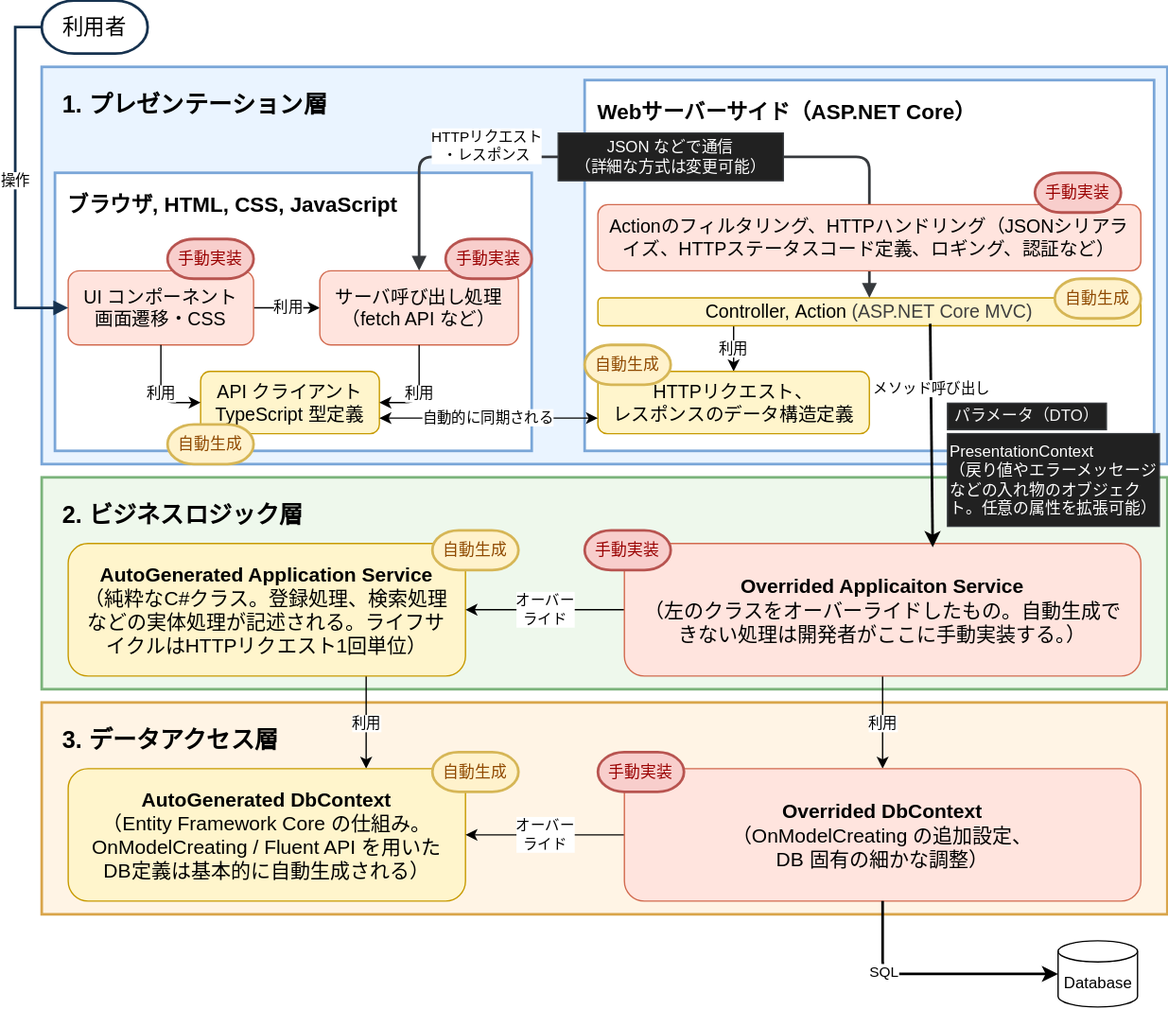
halllky/NijoAppScaffold keeps this draw.io diagram as Document/static/img/architecture-overview.drawio.svg. Above is the earlier version. Source tidied: cells renumbered, new cells last; positions are measured from the earlier drawing's top-left corner, leaving out a move shared by most shapes. Source of this version:
```xml
<mxGraphModel>
  <root>
    <mxCell id="0" />
    <mxCell id="1" parent="0" />
    <mxCell id="2" value="1. プレゼンテーション層" style="rounded=1;whiteSpace=wrap;html=1;fontStyle=1;fontSize=18;align=left;verticalAlign=top;spacingTop=12;spacingLeft=14;fillColor=#eaf4ff;strokeColor=#7aa6d8;strokeWidth=2;arcSize=0;" parent="1" vertex="1">
      <mxGeometry y="50" width="850" height="300" as="geometry" />
    </mxCell>
    <mxCell id="3" value="3. データアクセス層" style="rounded=0;whiteSpace=wrap;html=1;fontStyle=1;fontSize=18;align=left;verticalAlign=top;spacingTop=12;spacingLeft=14;fillColor=#fff4e5;strokeColor=#d9a54a;strokeWidth=2;" parent="1" vertex="1">
      <mxGeometry y="530" width="850" height="160" as="geometry" />
    </mxCell>
    <mxCell id="4" value="利用者" style="shape=mxgraph.flowchart.terminator;whiteSpace=wrap;html=1;fontSize=16;fillColor=#ffffff;strokeColor=#16324f;strokeWidth=2;" parent="1" vertex="1">
      <mxGeometry width="80" height="40" as="geometry" />
    </mxCell>
    <mxCell id="5" value="ブラウザ, HTML, CSS, JavaScript" style="rounded=1;whiteSpace=wrap;html=1;fontStyle=1;fontSize=16;fillColor=#ffffff;strokeColor=#7aa6d8;strokeWidth=2;spacing=10;align=left;verticalAlign=top;arcSize=0;" parent="1" vertex="1">
      <mxGeometry x="10" y="130" width="360" height="210" as="geometry" />
    </mxCell>
    <mxCell id="6" value="API クライアント&lt;br&gt;TypeScript 型定義" style="rounded=1;whiteSpace=wrap;html=1;fontSize=14;fillColor=#fff5cc;strokeColor=#c79a00;spacing=10;" parent="1" vertex="1">
      <mxGeometry x="120" y="280" width="135" height="47" as="geometry" />
    </mxCell>
    <mxCell id="7" value="利用" style="edgeStyle=none;html=1;exitX=1;exitY=0.5;exitDx=0;exitDy=0;entryX=0;entryY=0.5;entryDx=0;entryDy=0;" parent="1" edge="1" source="8" target="25">
      <mxGeometry relative="1" as="geometry" />
    </mxCell>
    <mxCell id="8" value="UI コンポーネント&lt;br&gt;画面遷移・CSS" style="rounded=1;whiteSpace=wrap;html=1;fontSize=14;fillColor=#ffe4de;strokeColor=#d26a4f;spacing=10;" parent="1" vertex="1">
      <mxGeometry x="20" y="204" width="140" height="56" as="geometry" />
    </mxCell>
    <mxCell id="9" value="Webサーバーサイド（ASP.NET Core）" style="rounded=1;whiteSpace=wrap;html=1;fontStyle=1;fontSize=16;fillColor=#ffffff;strokeColor=#7aa6d8;strokeWidth=2;spacing=10;align=left;verticalAlign=top;arcSize=0;" parent="1" vertex="1">
      <mxGeometry x="410" y="60" width="430" height="280" as="geometry" />
    </mxCell>
    <mxCell id="10" value="利用" style="edgeStyle=none;html=1;exitX=0.25;exitY=1;exitDx=0;exitDy=0;entryX=0.5;entryY=0;entryDx=0;entryDy=0;" parent="1" edge="1" source="11" target="28">
      <mxGeometry relative="1" as="geometry" />
    </mxCell>
    <mxCell id="11" value="&lt;div&gt;&lt;span style=&quot;background-color: transparent;&quot;&gt;Controller,&amp;nbsp;&lt;/span&gt;&lt;span style=&quot;background-color: transparent;&quot;&gt;Action&amp;nbsp;&lt;/span&gt;&lt;span style=&quot;background-color: transparent; color: rgb(63, 63, 63);&quot;&gt;(ASP.NET Core MVC)&lt;/span&gt;&lt;/div&gt;" style="rounded=1;whiteSpace=wrap;html=1;fontSize=14;fillColor=#fff5cc;strokeColor=#c79a00;spacing=10;" parent="1" vertex="1">
      <mxGeometry x="420" y="224.5" width="410" height="21" as="geometry" />
    </mxCell>
    <mxCell id="12" value="2. ビジネスロジック層" style="rounded=0;whiteSpace=wrap;html=1;fontStyle=1;fontSize=18;align=left;verticalAlign=top;spacingTop=12;spacingLeft=14;fillColor=#eef8ec;strokeColor=#7bb37b;strokeWidth=2;" parent="1" vertex="1">
      <mxGeometry y="360" width="850" height="160" as="geometry" />
    </mxCell>
    <mxCell id="13" value="利用" style="edgeStyle=none;html=1;exitX=0.75;exitY=1;exitDx=0;exitDy=0;entryX=0.75;entryY=0;entryDx=0;entryDy=0;" parent="1" edge="1" source="14" target="18">
      <mxGeometry relative="1" as="geometry" />
    </mxCell>
    <mxCell id="14" value="&lt;b&gt;AutoGenerated Application Service&lt;/b&gt;&lt;br&gt;（純粋なC#クラス。登録処理、検索処理などの実体処理が記述される。ライフサイクルはHTTPリクエスト1回単位）" style="rounded=1;whiteSpace=wrap;html=1;fontSize=15;fillColor=#fff5cc;strokeColor=#c79a00;spacing=10;fontColor=default;" parent="1" vertex="1">
      <mxGeometry x="20" y="410" width="300" height="100" as="geometry" />
    </mxCell>
    <mxCell id="15" value="オーバー&lt;div&gt;ライド&lt;/div&gt;" style="edgeStyle=none;html=1;" parent="1" edge="1" source="17" target="14">
      <mxGeometry relative="1" as="geometry" />
    </mxCell>
    <mxCell id="16" value="利用" style="edgeStyle=none;html=1;" parent="1" edge="1" source="17" target="20">
      <mxGeometry relative="1" as="geometry" />
    </mxCell>
    <mxCell id="17" value="&lt;b&gt;Overrided Applicaiton Service&lt;/b&gt;&lt;div&gt;（左のクラスをオーバーライドしたもの。自動生成できない処理は開発者がここに手動実装する。）&lt;/div&gt;" style="rounded=1;whiteSpace=wrap;html=1;fontSize=15;fillColor=#ffe4de;strokeColor=#d26a4f;spacing=10;" parent="1" vertex="1">
      <mxGeometry x="440" y="410" width="390" height="100" as="geometry" />
    </mxCell>
    <mxCell id="18" value="&lt;b&gt;AutoGenerated DbContext&lt;/b&gt;&lt;div&gt;（Entity Framework Core の仕組み。&lt;/div&gt;&lt;div&gt;OnModelCreating / Fluent API を用いた&lt;/div&gt;&lt;div&gt;DB定義は基本的に自動生成される）&lt;/div&gt;" style="rounded=1;whiteSpace=wrap;html=1;fontSize=15;fillColor=#fff5cc;strokeColor=#c79a00;spacing=10;fontColor=default;" parent="1" vertex="1">
      <mxGeometry x="20" y="580" width="300" height="100" as="geometry" />
    </mxCell>
    <mxCell id="19" value="オーバー&lt;div&gt;ライド&lt;/div&gt;" style="edgeStyle=none;html=1;" parent="1" edge="1" source="20" target="18">
      <mxGeometry relative="1" as="geometry" />
    </mxCell>
    <mxCell id="20" value="&lt;div&gt;&lt;b&gt;Overrided DbContext&lt;/b&gt;&lt;/div&gt;（OnModelCreating の追加設定、&lt;br&gt;DB 固有の細かな調整）" style="rounded=1;whiteSpace=wrap;html=1;fontSize=15;fillColor=#ffe4de;strokeColor=#d26a4f;spacing=10;" parent="1" vertex="1">
      <mxGeometry x="440" y="580" width="390" height="100" as="geometry" />
    </mxCell>
    <mxCell id="21" value="操作" style="edgeStyle=orthogonalEdgeStyle;rounded=0;jettySize=auto;html=1;strokeWidth=2;strokeColor=#16324f;endArrow=block;endFill=1;entryX=0;entryY=0.5;entryDx=0;entryDy=0;exitX=0;exitY=0.5;exitDx=0;exitDy=0;exitPerimeter=0;" parent="1" edge="1" source="4" target="8">
      <mxGeometry relative="1" as="geometry" />
    </mxCell>
    <mxCell id="22" value="HTTPリクエスト&lt;div&gt;・レスポンス&lt;/div&gt;" style="edgeStyle=orthogonalEdgeStyle;rounded=1;jettySize=auto;html=1;strokeWidth=2;strokeColor=#36393d;endArrow=block;endFill=1;startArrow=none;startFill=0;exitX=0;exitY=0.5;exitDx=0;exitDy=0;curved=0;fillColor=#eeeeee;entryX=0.5;entryY=0;entryDx=0;entryDy=0;" parent="1" edge="1" source="36" target="25">
      <mxGeometry x="-0.43" y="-8" relative="1" as="geometry" />
    </mxCell>
    <mxCell id="23" value="自動生成" style="shape=mxgraph.flowchart.terminator;whiteSpace=wrap;html=1;fontSize=12;fillColor=#fff2cc;strokeColor=#d6b656;strokeWidth=2;fontColor=#8F4900;" parent="1" vertex="1">
      <mxGeometry x="95" y="320" width="65" height="30" as="geometry" />
    </mxCell>
    <mxCell id="24" value="利用" style="edgeStyle=orthogonalEdgeStyle;html=1;exitX=0.5;exitY=1;exitDx=0;exitDy=0;entryX=0;entryY=0.5;entryDx=0;entryDy=0;" parent="1" edge="1" source="8" target="6">
      <mxGeometry relative="1" as="geometry" />
    </mxCell>
    <mxCell id="25" value="サーバ呼び出し処理&lt;div&gt;（fetch API など）&lt;/div&gt;" style="rounded=1;whiteSpace=wrap;html=1;fontSize=14;fillColor=#ffe4de;strokeColor=#d26a4f;spacing=10;" parent="1" vertex="1">
      <mxGeometry x="210" y="204" width="150" height="56" as="geometry" />
    </mxCell>
    <mxCell id="26" value="手動実装" style="shape=mxgraph.flowchart.terminator;whiteSpace=wrap;html=1;fontSize=12;fillColor=#f8cecc;strokeColor=#b85450;strokeWidth=2;fontColor=#990000;" parent="1" vertex="1">
      <mxGeometry x="305" y="180" width="65" height="30" as="geometry" />
    </mxCell>
    <mxCell id="27" value="利用" style="edgeStyle=orthogonalEdgeStyle;html=1;exitX=0.5;exitY=1;exitDx=0;exitDy=0;entryX=1;entryY=0.5;entryDx=0;entryDy=0;" parent="1" edge="1" source="25" target="6">
      <mxGeometry relative="1" as="geometry" />
    </mxCell>
    <mxCell id="28" value="&lt;div&gt;HTTPリクエスト、&lt;/div&gt;&lt;div&gt;レスポンスのデータ構造定義&lt;/div&gt;" style="rounded=1;whiteSpace=wrap;html=1;fontSize=14;fillColor=#fff5cc;strokeColor=#c79a00;spacing=10;fontColor=default;" parent="1" vertex="1">
      <mxGeometry x="420" y="280" width="205" height="47" as="geometry" />
    </mxCell>
    <mxCell id="29" value="メソッド呼び出し" style="html=1;exitX=0.612;exitY=0.929;exitDx=0;exitDy=0;strokeWidth=2;rounded=1;entryX=0.597;entryY=0.028;entryDx=0;entryDy=0;entryPerimeter=0;exitPerimeter=0;" parent="1" edge="1" source="11" target="17">
      <mxGeometry x="-0.41" y="1" relative="1" as="geometry" />
    </mxCell>
    <mxCell id="30" value="自動的に同期される" style="edgeStyle=none;html=1;entryX=0;entryY=0.75;entryDx=0;entryDy=0;startArrow=classic;startFill=1;exitX=1;exitY=0.75;exitDx=0;exitDy=0;" parent="1" edge="1" source="6" target="28">
      <mxGeometry relative="1" as="geometry" />
    </mxCell>
    <mxCell id="31" value="手動実装" style="shape=mxgraph.flowchart.terminator;whiteSpace=wrap;html=1;fontSize=12;fillColor=#f8cecc;strokeColor=#b85450;strokeWidth=2;fontColor=#990000;" parent="1" vertex="1">
      <mxGeometry x="95" y="180" width="65" height="30" as="geometry" />
    </mxCell>
    <mxCell id="32" value="自動生成" style="shape=mxgraph.flowchart.terminator;whiteSpace=wrap;html=1;fontSize=12;fillColor=#fff2cc;strokeColor=#d6b656;strokeWidth=2;fontColor=#8F4900;" parent="1" vertex="1">
      <mxGeometry x="765" y="210" width="65" height="30" as="geometry" />
    </mxCell>
    <mxCell id="33" value="自動生成" style="shape=mxgraph.flowchart.terminator;whiteSpace=wrap;html=1;fontSize=12;fillColor=#fff2cc;strokeColor=#d6b656;strokeWidth=2;fontColor=#8F4900;" parent="1" vertex="1">
      <mxGeometry x="410" y="260" width="65" height="30" as="geometry" />
    </mxCell>
    <mxCell id="34" value="自動生成" style="shape=mxgraph.flowchart.terminator;whiteSpace=wrap;html=1;fontSize=12;fillColor=#fff2cc;strokeColor=#d6b656;strokeWidth=2;fontColor=#8F4900;" parent="1" vertex="1">
      <mxGeometry x="295" y="400" width="65" height="30" as="geometry" />
    </mxCell>
    <mxCell id="35" value="手動実装" style="shape=mxgraph.flowchart.terminator;whiteSpace=wrap;html=1;fontSize=12;fillColor=#f8cecc;strokeColor=#b85450;strokeWidth=2;fontColor=#990000;" parent="1" vertex="1">
      <mxGeometry x="420" y="567.5" width="65" height="30" as="geometry" />
    </mxCell>
    <mxCell id="36" value="&lt;font style=&quot;color: rgb(255, 255, 255);&quot;&gt;JSON などで通信&lt;/font&gt;&lt;div&gt;&lt;font style=&quot;color: rgb(255, 255, 255);&quot;&gt;（詳細な方式は変更可能）&lt;/font&gt;&lt;/div&gt;" style="rounded=0;whiteSpace=wrap;html=1;fillColor=light-dark(#212121, #202020);strokeColor=#36393d;fontColor=#F5F5F5;" parent="1" vertex="1">
      <mxGeometry x="390" y="100" width="170" height="36" as="geometry" />
    </mxCell>
    <mxCell id="37" style="edgeStyle=orthogonalEdgeStyle;rounded=1;jettySize=auto;html=1;strokeWidth=2;strokeColor=#36393d;endArrow=block;endFill=1;startArrow=none;startFill=0;exitX=1;exitY=0.5;exitDx=0;exitDy=0;curved=0;fillColor=#eeeeee;entryX=0.5;entryY=0;entryDx=0;entryDy=0;" parent="1" edge="1" source="36" target="11">
      <mxGeometry relative="1" as="geometry" />
    </mxCell>
    <mxCell id="38" value="Actionのフィルタリング、HTTPハンドリング（JSONシリアライズ、HTTPステータスコード定義、ロギング、認証など）" style="rounded=1;whiteSpace=wrap;html=1;fontSize=14;fillColor=#ffe4de;strokeColor=#d26a4f;spacing=10;" parent="1" vertex="1">
      <mxGeometry x="420" y="154" width="410" height="50" as="geometry" />
    </mxCell>
    <mxCell id="39" value="手動実装" style="shape=mxgraph.flowchart.terminator;whiteSpace=wrap;html=1;fontSize=12;fillColor=#f8cecc;strokeColor=#b85450;strokeWidth=2;fontColor=#990000;" parent="1" vertex="1">
      <mxGeometry x="750" y="130" width="65" height="30" as="geometry" />
    </mxCell>
    <mxCell id="40" value="&lt;font style=&quot;color: rgb(255, 255, 255);&quot;&gt;PresentationContext&lt;/font&gt;&lt;div&gt;&lt;font style=&quot;color: rgb(255, 255, 255);&quot;&gt;（戻り値やエラーメッセージなどの入れ物のオブジェクト。任意の属性を拡張可能）&lt;/font&gt;&lt;/div&gt;" style="rounded=0;whiteSpace=wrap;html=1;fillColor=light-dark(#212121, #202020);strokeColor=#36393d;fontColor=#F5F5F5;align=left;" parent="1" vertex="1">
      <mxGeometry x="684" y="327" width="160" height="70" as="geometry" />
    </mxCell>
    <mxCell id="41" value="パラメータ（DTO）" style="rounded=0;whiteSpace=wrap;html=1;fillColor=light-dark(#212121, #202020);strokeColor=#36393d;fontColor=#F5F5F5;align=center;" parent="1" vertex="1">
      <mxGeometry x="684" y="304" width="120" height="20" as="geometry" />
    </mxCell>
    <mxCell id="42" value="自動生成" style="shape=mxgraph.flowchart.terminator;whiteSpace=wrap;html=1;fontSize=12;fillColor=#fff2cc;strokeColor=#d6b656;strokeWidth=2;fontColor=#8F4900;" parent="1" vertex="1">
      <mxGeometry x="295" y="567.5" width="65" height="30" as="geometry" />
    </mxCell>
    <mxCell id="43" value="手動実装" style="shape=mxgraph.flowchart.terminator;whiteSpace=wrap;html=1;fontSize=12;fillColor=#f8cecc;strokeColor=#b85450;strokeWidth=2;fontColor=#990000;" parent="1" vertex="1">
      <mxGeometry x="410" y="400" width="65" height="30" as="geometry" />
    </mxCell>
    <mxCell id="44" value="Database" style="shape=cylinder3;whiteSpace=wrap;html=1;boundedLbl=1;backgroundOutline=1;size=8;" parent="1" vertex="1">
      <mxGeometry x="767.5" y="710" width="60" height="50" as="geometry" />
    </mxCell>
    <mxCell id="45" value="SQL" style="edgeStyle=orthogonalEdgeStyle;html=1;strokeWidth=2;rounded=1;curved=0;entryX=0;entryY=0.5;entryDx=0;entryDy=0;entryPerimeter=0;" parent="1" edge="1" source="20" target="44">
      <mxGeometry x="-0.41" y="1" relative="1" as="geometry" />
    </mxCell>
  </root>
</mxGraphModel>
```
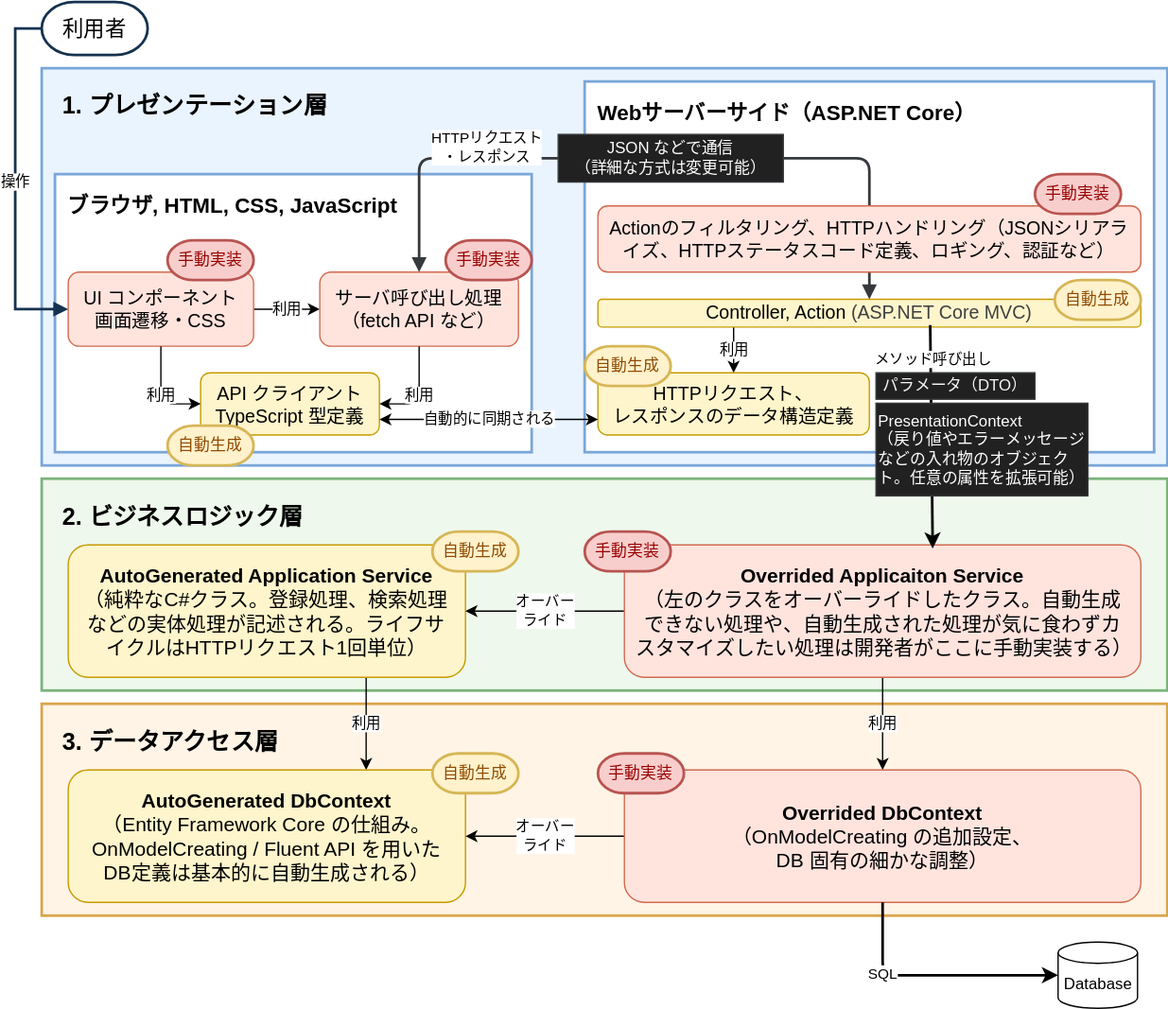
Later version of the same file.

Change to the diagram source:
```diff
@@ -47,7 +47,7 @@
     <mxCell id="16" value="利用" style="edgeStyle=none;html=1;" parent="1" edge="1" source="17" target="20">
       <mxGeometry relative="1" as="geometry" />
     </mxCell>
-    <mxCell id="17" value="&lt;b&gt;Overrided Applicaiton Service&lt;/b&gt;&lt;div&gt;（左のクラスをオーバーライドしたもの。自動生成できない処理は開発者がここに手動実装する。）&lt;/div&gt;" style="rounded=1;whiteSpace=wrap;html=1;fontSize=15;fillColor=#ffe4de;strokeColor=#d26a4f;spacing=10;" parent="1" vertex="1">
+    <mxCell id="17" value="&lt;b&gt;Overrided Applicaiton Service&lt;/b&gt;&lt;div&gt;（左のクラスをオーバーライドしたクラス。自動生成できない処理や、自動生成された処理が気に食わずカスタマイズしたい処理は開発者がここに手動実装する）&lt;/div&gt;" style="rounded=1;whiteSpace=wrap;html=1;fontSize=15;fillColor=#ffe4de;strokeColor=#d26a4f;spacing=10;" parent="1" vertex="1">
       <mxGeometry x="440" y="410" width="390" height="100" as="geometry" />
     </mxCell>
     <mxCell id="18" value="&lt;b&gt;AutoGenerated DbContext&lt;/b&gt;&lt;div&gt;（Entity Framework Core の仕組み。&lt;/div&gt;&lt;div&gt;OnModelCreating / Fluent API を用いた&lt;/div&gt;&lt;div&gt;DB定義は基本的に自動生成される）&lt;/div&gt;" style="rounded=1;whiteSpace=wrap;html=1;fontSize=15;fillColor=#fff5cc;strokeColor=#c79a00;spacing=10;fontColor=default;" parent="1" vertex="1">
@@ -84,7 +84,7 @@
       <mxGeometry x="420" y="280" width="205" height="47" as="geometry" />
     </mxCell>
     <mxCell id="29" value="メソッド呼び出し" style="html=1;exitX=0.612;exitY=0.929;exitDx=0;exitDy=0;strokeWidth=2;rounded=1;entryX=0.597;entryY=0.028;entryDx=0;entryDy=0;entryPerimeter=0;exitPerimeter=0;" parent="1" edge="1" source="11" target="17">
-      <mxGeometry x="-0.41" y="1" relative="1" as="geometry" />
+      <mxGeometry x="-0.69" y="2" relative="1" as="geometry" />
     </mxCell>
     <mxCell id="30" value="自動的に同期される" style="edgeStyle=none;html=1;entryX=0;entryY=0.75;entryDx=0;entryDy=0;startArrow=classic;startFill=1;exitX=1;exitY=0.75;exitDx=0;exitDy=0;" parent="1" edge="1" source="6" target="28">
       <mxGeometry relative="1" as="geometry" />
@@ -117,10 +117,10 @@
       <mxGeometry x="750" y="130" width="65" height="30" as="geometry" />
     </mxCell>
     <mxCell id="40" value="&lt;font style=&quot;color: rgb(255, 255, 255);&quot;&gt;PresentationContext&lt;/font&gt;&lt;div&gt;&lt;font style=&quot;color: rgb(255, 255, 255);&quot;&gt;（戻り値やエラーメッセージなどの入れ物のオブジェクト。任意の属性を拡張可能）&lt;/font&gt;&lt;/div&gt;" style="rounded=0;whiteSpace=wrap;html=1;fillColor=light-dark(#212121, #202020);strokeColor=#36393d;fontColor=#F5F5F5;align=left;" parent="1" vertex="1">
-      <mxGeometry x="684" y="327" width="160" height="70" as="geometry" />
+      <mxGeometry x="630" y="303" width="160" height="70" as="geometry" />
     </mxCell>
     <mxCell id="41" value="パラメータ（DTO）" style="rounded=0;whiteSpace=wrap;html=1;fillColor=light-dark(#212121, #202020);strokeColor=#36393d;fontColor=#F5F5F5;align=center;" parent="1" vertex="1">
-      <mxGeometry x="684" y="304" width="120" height="20" as="geometry" />
+      <mxGeometry x="630" y="280" width="120" height="20" as="geometry" />
     </mxCell>
     <mxCell id="42" value="自動生成" style="shape=mxgraph.flowchart.terminator;whiteSpace=wrap;html=1;fontSize=12;fillColor=#fff2cc;strokeColor=#d6b656;strokeWidth=2;fontColor=#8F4900;" parent="1" vertex="1">
       <mxGeometry x="295" y="567.5" width="65" height="30" as="geometry" />
```
